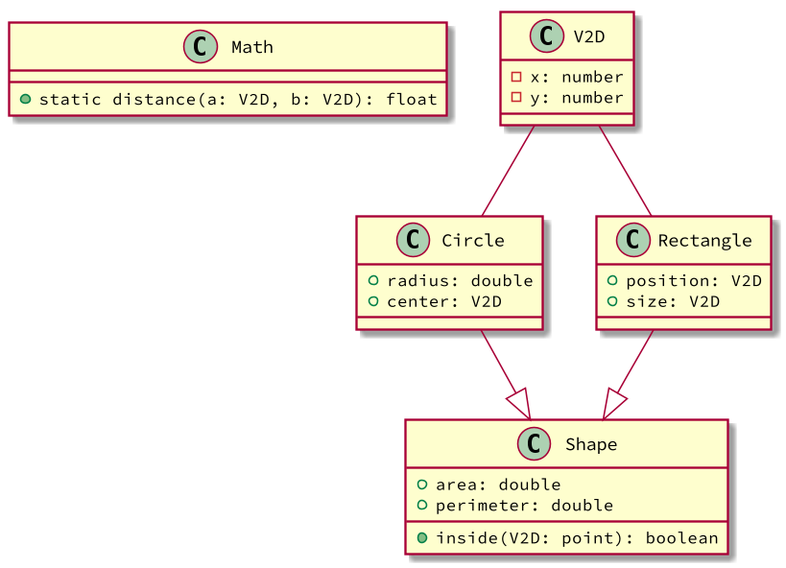
The PlantUML diagram base/047/diagrama.png in qxcodepoo/arcade, before a commit. Its source is kept beside it as base/047/diagrama.puml.
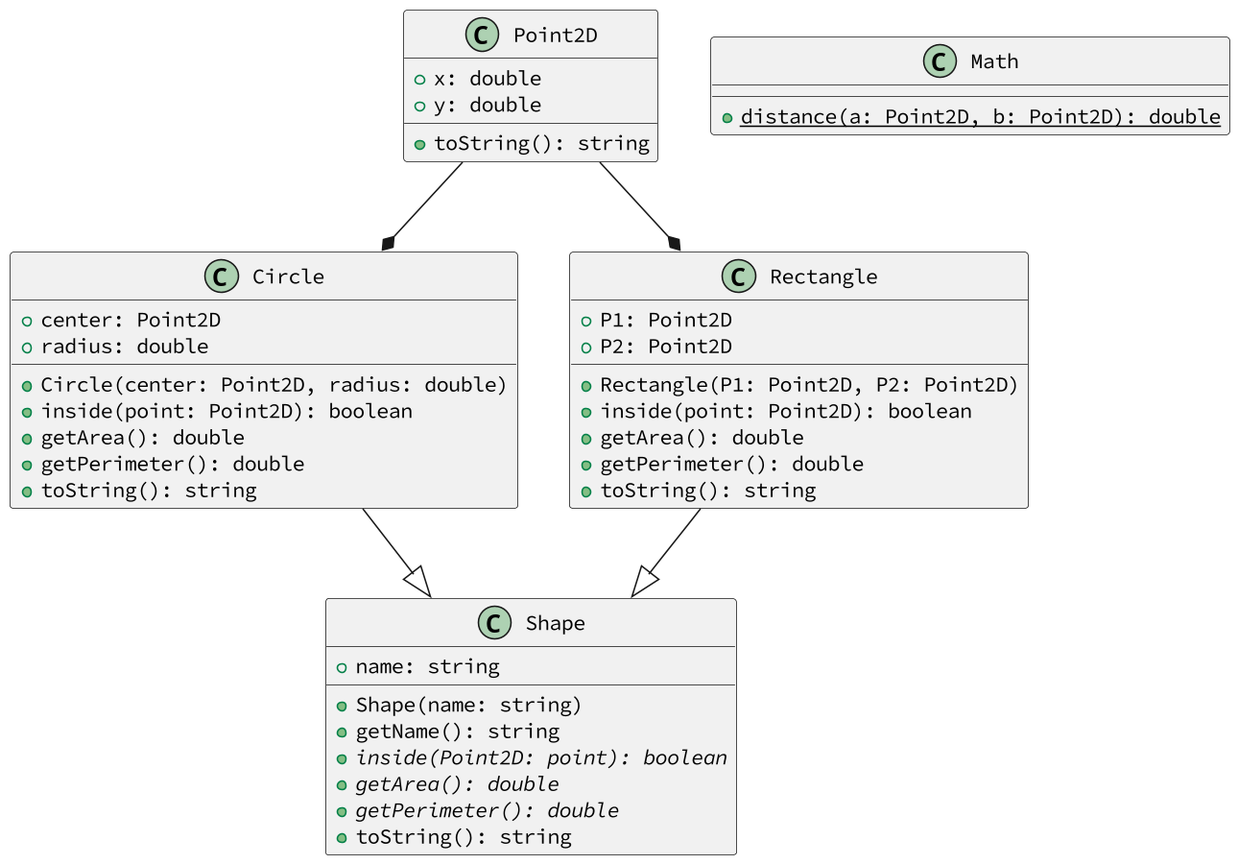
Later version of the same file.

What changed in the source:
```diff
@@ -3,33 +3,65 @@
 skinparam defaultFontName Hasklig
 skinparam dpi 150
 
+
+class Point2D {
+    + x: double
+    + y: double
+
+    + toString(): string
+}
+
 class Math {
-    + static distance(a: V2D, b: V2D): float
+    + {static} distance(a: Point2D, b: Point2D): double
 }
 
 class Shape {
-    + area: double
-    + perimeter: double
-    + inside(V2D: point): boolean
+    + name: string
+
+    + Shape(name: string)
+
+    + getName(): string
+
+
+    + {abstract} inside(Point2D: point): boolean
+
+    + {abstract} getArea(): double
+
+    + {abstract} getPerimeter(): double
+
+    + toString(): string
 }
 
 class Circle {
+    + center: Point2D
     + radius: double
-    + center: V2D
+
+    __
+    + Circle(center: Point2D, radius: double)
+
+    + inside(point: Point2D): boolean
+    + getArea(): double
+    + getPerimeter(): double
+
+    + toString(): string
 }
 
 class Rectangle {
-    + position: V2D
-    + size: V2D
-}
+    + P1: Point2D
+    + P2: Point2D
 
-class V2D {
-    - x: number
-    - y: number
+    __
+    + Rectangle(P1: Point2D, P2: Point2D)
+
+    + inside(point: Point2D): boolean
+    + getArea(): double
+    + getPerimeter(): double
+
+    + toString(): string
 }
 
 Circle --|> Shape
 Rectangle --|> Shape
-V2D  --  Circle
-V2D  --  Rectangle
+Point2D  --*  Circle
+Point2D  --*  Rectangle
 @enduml
```
